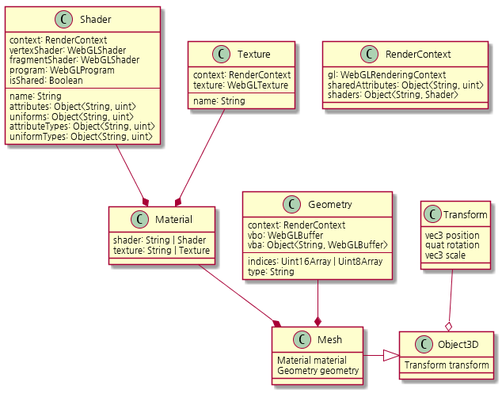
This is doc/3dObjects.png from yoo2001818/first-person-shooter, a PlantUML export, as it was before one commit. Source of this version:
```plantuml
@startuml

class RenderContext {
  gl: WebGLRenderingContext
  sharedAttributes: Object<String, uint>
  shaders: Object<String, Shader>
}

class Shader {
  context: RenderContext
  vertexShader: WebGLShader
  fragmentShader: WebGLShader
  program: WebGLProgram
  isShared: Boolean
  ---
  name: String
  attributes: Object<String, uint>
  uniforms: Object<String, uint>
  attributeTypes: Object<String, uint>
  uniformTypes: Object<String, uint>
}

class Texture {
  context: RenderContext
  texture: WebGLTexture
  ---
  name: String
}

class Material {
  shader: String | Shader
  texture: String | Texture
}

Shader --* Material
Texture --* Material

class Geometry {
  context: RenderContext
  vbo: WebGLBuffer
  vba: Object<String, WebGLBuffer>
  ---
  indices: Uint16Array | Uint8Array
  type: String
}

class Transform {
  vec3 position
  quat rotation
  vec3 scale
}

class Object3D {
  Transform transform
}

Transform --o Object3D

class Mesh {
  Material material
  Geometry geometry
}

Mesh -|> Object3D
Geometry --* Mesh
Material --* Mesh

@enduml
```
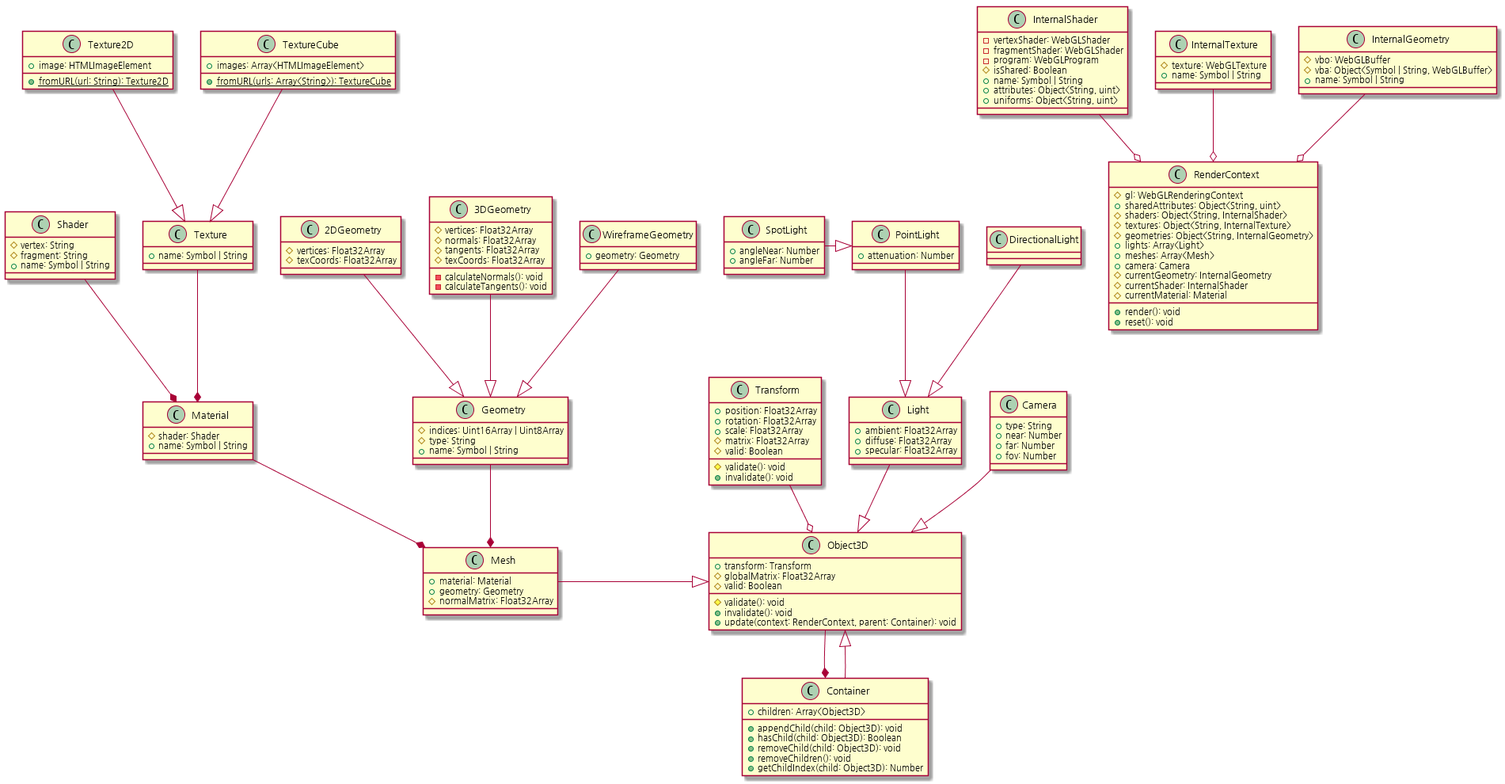
Later version of the same file.

Commit message:
Isolate WebGL and external in UML

What changed in the source:
```diff
@@ -1,67 +1,185 @@
 @startuml
 
 class RenderContext {
-  gl: WebGLRenderingContext
-  sharedAttributes: Object<String, uint>
-  shaders: Object<String, Shader>
+  #gl: WebGLRenderingContext
+  +sharedAttributes: Object<String, uint>
+  #shaders: Object<String, InternalShader>
+  #textures: Object<String, InternalTexture>
+  #geometries: Object<String, InternalGeometry>
+  +lights: Array<Light>
+  +meshes: Array<Mesh>
+  +camera: Camera
+  #currentGeometry: InternalGeometry
+  #currentShader: InternalShader
+  #currentMaterial: Material
+  +render(): void
+  +reset(): void
 }
 
-class Shader {
-  context: RenderContext
-  vertexShader: WebGLShader
-  fragmentShader: WebGLShader
-  program: WebGLProgram
-  isShared: Boolean
-  ---
-  name: String
-  attributes: Object<String, uint>
-  uniforms: Object<String, uint>
-  attributeTypes: Object<String, uint>
-  uniformTypes: Object<String, uint>
+class InternalShader {
+  -vertexShader: WebGLShader
+  -fragmentShader: WebGLShader
+  -program: WebGLProgram
+  #isShared: Boolean
+  +name: Symbol | String
+  +attributes: Object<String, uint>
+  +uniforms: Object<String, uint>
 }
 
-class Texture {
-  context: RenderContext
-  texture: WebGLTexture
-  ---
-  name: String
+InternalShader --o RenderContext
+
+class Shader {
+  #vertex: String
+  #fragment: String
+  +name: Symbol | String
 }
 
+class InternalTexture {
+  #texture: WebGLTexture
+  +name: Symbol | String
+}
+
+InternalTexture --o RenderContext
+
+class Texture {
+  +name: Symbol | String
+}
+
+class Texture2D {
+  +image: HTMLImageElement
+  {static} +fromURL(url: String): Texture2D
+}
+
+class TextureCube {
+  +images: Array<HTMLImageElement>
+  {static} +fromURL(urls: Array<String>): TextureCube
+}
+
+Texture2D --|> Texture
+TextureCube --|> Texture
+
 class Material {
-  shader: String | Shader
-  texture: String | Texture
+  #shader: Shader
+  +name: Symbol | String
 }
 
 Shader --* Material
 Texture --* Material
 
-class Geometry {
-  context: RenderContext
-  vbo: WebGLBuffer
-  vba: Object<String, WebGLBuffer>
-  ---
-  indices: Uint16Array | Uint8Array
-  type: String
+class InternalGeometry {
+  #vbo: WebGLBuffer
+  #vba: Object<Symbol | String, WebGLBuffer>
+  +name: Symbol | String
 }
 
+InternalGeometry --o RenderContext
+
+class Geometry {
+  #indices: Uint16Array | Uint8Array
+  #type: String
+  +name: Symbol | String
+}
+
+class 2DGeometry {
+  #vertices: Float32Array
+  #texCoords: Float32Array
+}
+
+class 3DGeometry {
+  #vertices: Float32Array
+  #normals: Float32Array
+  #tangents: Float32Array
+  #texCoords: Float32Array
+  -calculateNormals(): void
+  -calculateTangents(): void
+}
+
+2DGeometry --|> Geometry
+3DGeometry --|> Geometry
+
+class WireframeGeometry {
+  +geometry: Geometry
+}
+
+WireframeGeometry --|> Geometry
+
 class Transform {
-  vec3 position
-  quat rotation
-  vec3 scale
+  +position: Float32Array
+  +rotation: Float32Array
+  +scale: Float32Array
+  #matrix: Float32Array
+  #valid: Boolean
+  #validate(): void
+  +invalidate(): void
 }
 
 class Object3D {
-  Transform transform
+  +transform: Transform
+  #globalMatrix: Float32Array
+  #valid: Boolean
+  #validate(): void
+  +invalidate(): void
+  +update(context: RenderContext, parent: Container): void
 }
 
 Transform --o Object3D
 
 class Mesh {
-  Material material
-  Geometry geometry
+  +material: Material
+  +geometry: Geometry
+  #normalMatrix: Float32Array
 }
 
 Mesh -|> Object3D
+
+class Light {
+  +ambient: Float32Array
+  +diffuse: Float32Array
+  +specular: Float32Array
+}
+
+Light --|> Object3D
+
+class PointLight {
+  +attenuation: Number
+}
+
+PointLight --|> Light
+
+class SpotLight {
+  +angleNear: Number
+  +angleFar: Number
+}
+
+SpotLight -|> PointLight
+
+class DirectionalLight {
+
+}
+
+DirectionalLight --|> Light
+
+class Camera {
+  +type: String
+  +near: Number
+  +far: Number
+  +fov: Number
+}
+
+Camera --|> Object3D
+
+class Container {
+  +children: Array<Object3D>
+  +appendChild(child: Object3D): void
+  +hasChild(child: Object3D): Boolean
+  +removeChild(child: Object3D): void
+  +removeChildren(): void
+  +getChildIndex(child: Object3D): Number
+}
+
+Object3D --* Container
+Container --|> Object3D
+
 Geometry --* Mesh
 Material --* Mesh
 
```
